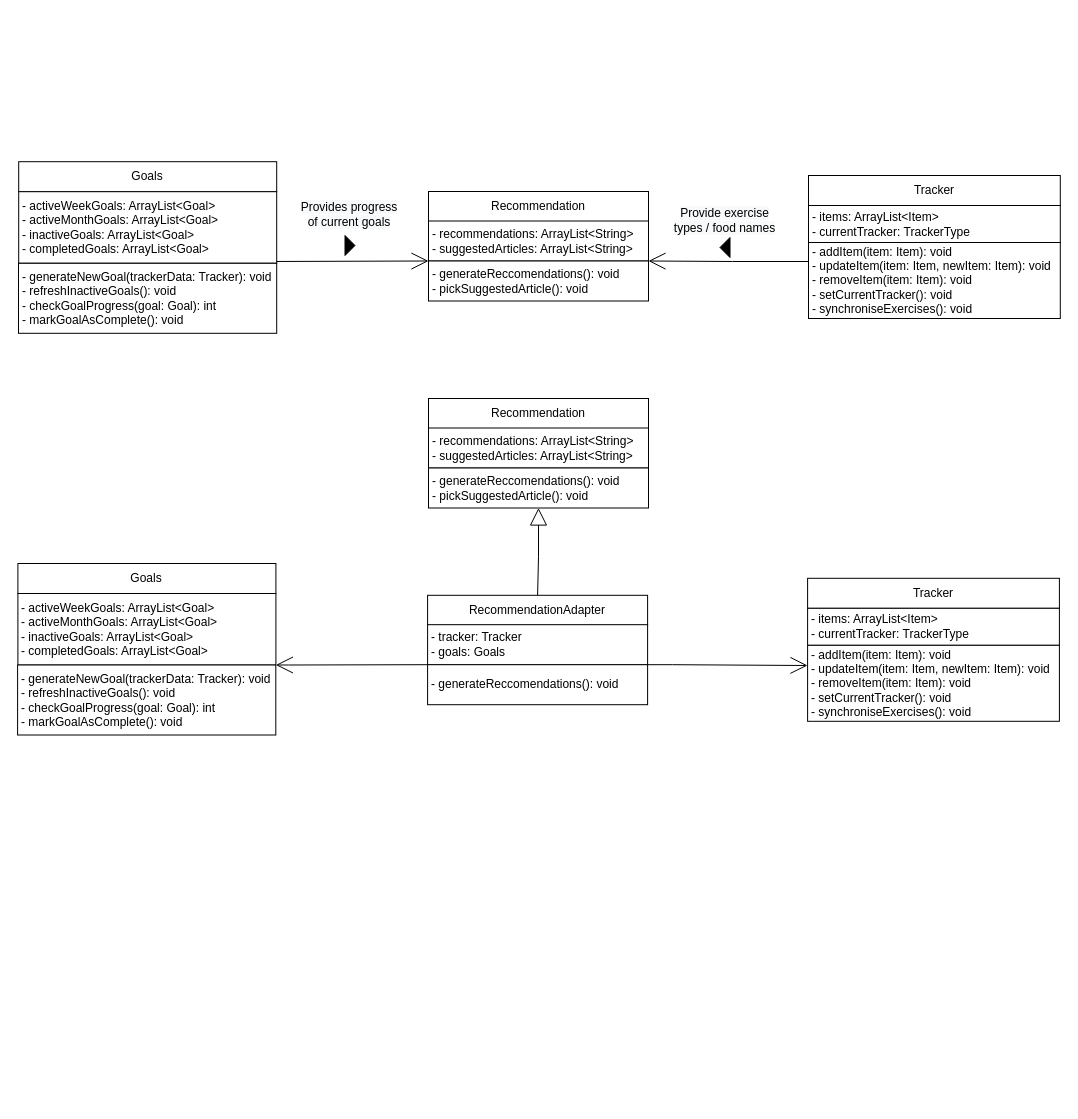
Before: Adapter_Design_Pattern.drawio in ahammond3aws/DC2SEN, a draw.io diagram. Source tidied: cells renumbered, new cells numbered last; positions are measured from the earlier drawing's top-left corner, leaving out a move shared by most shapes. Both pictures are drawn from the tidied source at 100%, with x=0, y=0 at pixel (17, 161).
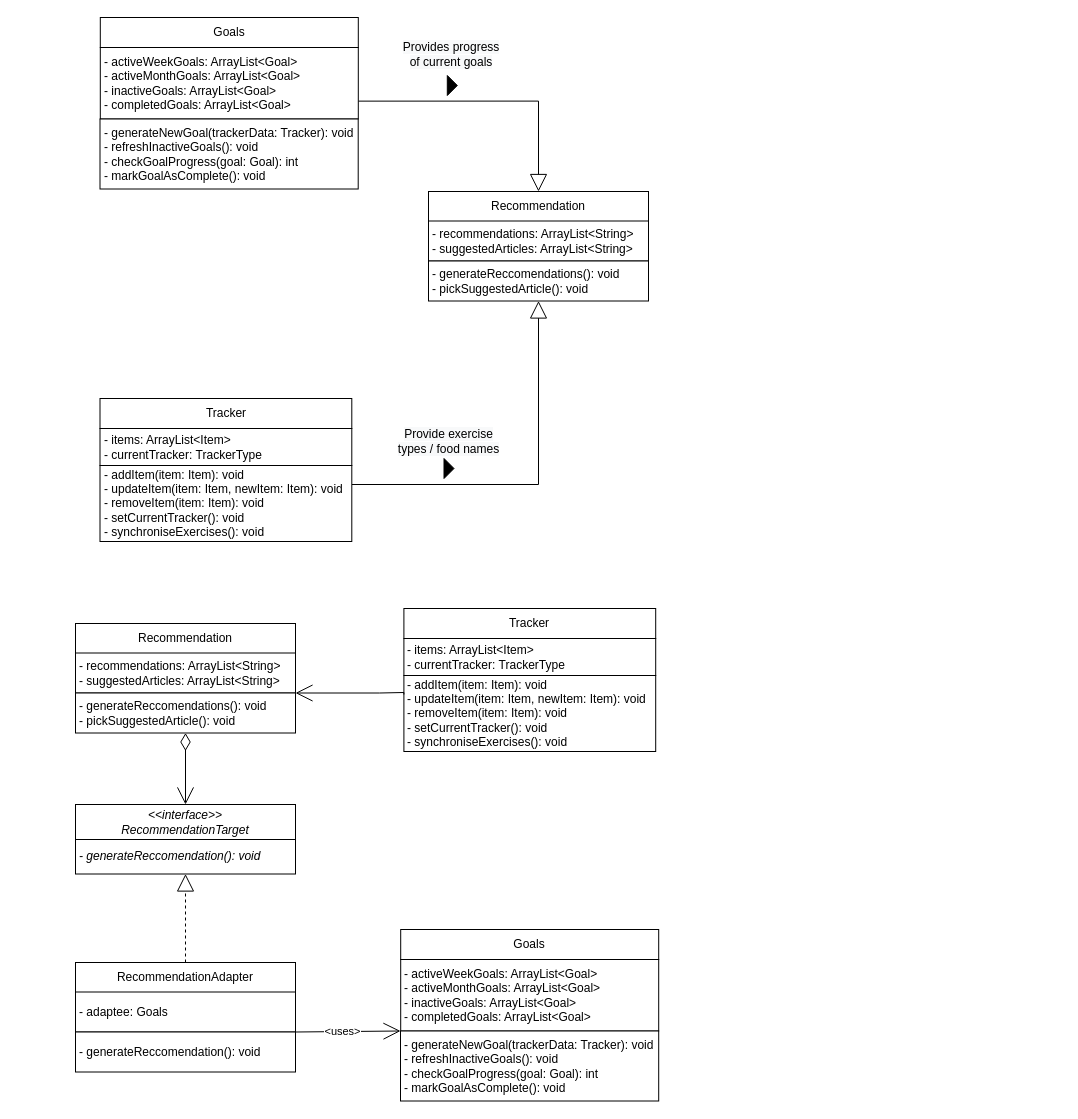
The same diagram, later.

Unchanged cells that the change refers to:
```xml
<mxCell id="3" value="Recommendation" style="rounded=0;whiteSpace=wrap;html=1;" parent="1" vertex="1">
  <mxGeometry x="411" y="30" width="220" height="30" as="geometry" />
</mxCell>
<mxCell id="13" value="- generateReccomendations(): void&lt;br&gt;- pickSuggestedArticle(): void" style="rounded=0;whiteSpace=wrap;html=1;align=left;spacingLeft=2;" parent="1" vertex="1">
  <mxGeometry x="411" y="99.5" width="220" height="40" as="geometry" />
</mxCell>
```

What changed in the source:
```diff
@@
     <mxCell id="2" value="Tracker" style="rounded=0;whiteSpace=wrap;html=1;" parent="1" vertex="1">
-      <mxGeometry x="791" y="14" width="251.8" height="30" as="geometry" />
+      <mxGeometry x="82.5" y="237" width="251.8" height="30" as="geometry" />
     </mxCell>
@@
     <mxCell id="4" value="Goals" style="rounded=0;whiteSpace=wrap;html=1;" parent="1" vertex="1">
-      <mxGeometry x="1.2" y="0.2" width="258" height="30" as="geometry" />
+      <mxGeometry x="82.8" y="-144" width="258" height="30" as="geometry" />
     </mxCell>
-    <mxCell id="5" style="triangle;whiteSpace=wrap;html=1;fontSize=12;fillColor=#000000;flipV=1;flipH=1;" parent="1" vertex="1">
-      <mxGeometry x="702.5" y="76" width="10" height="20" as="geometry" />
+    <mxCell id="5" style="triangle;whiteSpace=wrap;html=1;fontSize=12;fillColor=#000000;flipV=1;flipH=0;" parent="1" vertex="1">
+      <mxGeometry x="426.5" y="297" width="10" height="20" as="geometry" />
     </mxCell>
     <mxCell id="6" style="triangle;whiteSpace=wrap;html=1;fontSize=12;fillColor=#000000;" parent="1" vertex="1">
-      <mxGeometry x="327.5" y="74" width="10" height="20" as="geometry" />
+      <mxGeometry x="429.8" y="-86" width="10" height="20" as="geometry" />
     </mxCell>
     <mxCell id="7" value="&lt;span style=&quot;background-color: rgb(248, 249, 250);&quot;&gt;Provides progress of current goals&lt;/span&gt;" style="text;html=1;strokeColor=none;fillColor=none;align=center;verticalAlign=middle;whiteSpace=wrap;rounded=0;fontSize=12;" parent="1" vertex="1">
-      <mxGeometry x="281" y="38" width="101.5" height="30" as="geometry" />
+      <mxGeometry x="383.2" y="-122" width="101.5" height="30" as="geometry" />
     </mxCell>
     <mxCell id="8" value="&lt;span style=&quot;background-color: rgb(248, 249, 250);&quot;&gt;Provide exercise types / food names&lt;/span&gt;" style="text;html=1;strokeColor=none;fillColor=none;align=center;verticalAlign=middle;whiteSpace=wrap;rounded=0;fontSize=12;" parent="1" vertex="1">
-      <mxGeometry x="651" y="44" width="113" height="30" as="geometry" />
+      <mxGeometry x="375" y="265" width="113" height="30" as="geometry" />
     </mxCell>
     <mxCell id="9" value="- items: ArrayList&amp;lt;Item&amp;gt;&lt;br&gt;- currentTracker:&amp;nbsp;&lt;span style=&quot;text-align: center;&quot;&gt;TrackerType&lt;/span&gt;" style="rounded=0;whiteSpace=wrap;html=1;align=left;spacingLeft=2;" parent="1" vertex="1">
-      <mxGeometry x="791" y="44" width="251.8" height="37" as="geometry" />
+      <mxGeometry x="82.5" y="267" width="251.8" height="37" as="geometry" />
     </mxCell>
+    <mxCell id="32" style="edgeStyle=orthogonalEdgeStyle;rounded=0;jettySize=auto;html=1;exitX=1;exitY=0.25;exitDx=0;exitDy=0;entryX=0.5;entryY=1;entryDx=0;entryDy=0;startArrow=none;startFill=0;endArrow=block;endFill=0;startSize=15;endSize=15;" parent="1" edge="1" source="10" target="13">
+      <mxGeometry relative="1" as="geometry" />
+    </mxCell>
     <mxCell id="10" value="- addItem(item: Item): void&lt;br&gt;- updateItem(item: Item, newItem: Item): void&lt;br&gt;- removeItem(item: Item): void&lt;br&gt;- setCurrentTracker(): void&lt;br&gt;- synchroniseExercises(): void" style="rounded=0;whiteSpace=wrap;html=1;align=left;spacingLeft=2;" parent="1" vertex="1">
-      <mxGeometry x="791" y="81" width="251.8" height="76" as="geometry" />
+      <mxGeometry x="82.5" y="304" width="251.8" height="76" as="geometry" />
     </mxCell>
@@
-    <mxCell id="12" style="edgeStyle=orthogonalEdgeStyle;rounded=0;jettySize=auto;html=1;exitX=1;exitY=0;exitDx=0;exitDy=0;entryX=0;entryY=0.25;entryDx=0;entryDy=0;startArrow=open;startFill=0;endArrow=none;endFill=0;endSize=15;startSize=15;" parent="1" edge="1" source="13" target="10">
-      <mxGeometry relative="1" as="geometry">
-        <Array as="points">
-          <mxPoint x="715" y="100" />
-          <mxPoint x="799" y="99" />
-        </Array>
-      </mxGeometry>
-    </mxCell>
@@
-    <mxCell id="14" style="edgeStyle=orthogonalEdgeStyle;rounded=0;jettySize=auto;html=1;entryX=0;entryY=0;entryDx=0;entryDy=0;endArrow=open;endFill=0;startSize=15;endSize=15;" parent="1" edge="1" target="13">
-      <mxGeometry relative="1" as="geometry">
-        <mxPoint x="261" y="100" as="sourcePoint" />
-        <Array as="points">
-          <mxPoint x="249" y="100" />
-        </Array>
-      </mxGeometry>
-    </mxCell>
+    <mxCell id="33" style="edgeStyle=orthogonalEdgeStyle;rounded=0;jettySize=auto;html=1;exitX=1;exitY=0.75;exitDx=0;exitDy=0;entryX=0.5;entryY=0;entryDx=0;entryDy=0;startArrow=none;startFill=0;endArrow=block;endFill=0;startSize=15;endSize=15;" parent="1" edge="1" source="15" target="3">
+      <mxGeometry relative="1" as="geometry" />
+    </mxCell>
     <mxCell id="15" value="- activeWeekGoals: ArrayList&amp;lt;Goal&amp;gt;&lt;br&gt;- activeMonthGoals: ArrayList&amp;lt;Goal&amp;gt;&lt;br&gt;- inactiveGoals: ArrayList&amp;lt;Goal&amp;gt;&lt;br&gt;- completedGoals: ArrayList&amp;lt;Goal&amp;gt;" style="rounded=0;whiteSpace=wrap;html=1;align=left;spacingLeft=2;" parent="1" vertex="1">
-      <mxGeometry x="1.2" y="30.2" width="258" height="71.5" as="geometry" />
+      <mxGeometry x="82.8" y="-114" width="258" height="71.5" as="geometry" />
     </mxCell>
     <mxCell id="16" value="- generateNewGoal(trackerData: Tracker): void&lt;br&gt;- refreshInactiveGoals(): void&lt;br&gt;- checkGoalProgress(goal: Goal): int&lt;br&gt;- markGoalAsComplete(): void" style="rounded=0;whiteSpace=wrap;html=1;align=left;spacingLeft=2;" parent="1" vertex="1">
-      <mxGeometry x="1" y="101.8" width="258.2" height="70" as="geometry" />
+      <mxGeometry x="82.5" y="-42.5" width="258.2" height="70" as="geometry" />
     </mxCell>
-    <mxCell id="17" value="Tracker" style="rounded=0;whiteSpace=wrap;html=1;" parent="1" vertex="1">
-      <mxGeometry x="790.1" y="416.8" width="251.8" height="30" as="geometry" />
-    </mxCell>
+    <mxCell id="34" style="edgeStyle=orthogonalEdgeStyle;rounded=0;jettySize=auto;html=1;exitX=0.5;exitY=0;exitDx=0;exitDy=0;entryX=0.5;entryY=1;entryDx=0;entryDy=0;startArrow=none;startFill=0;endArrow=block;endFill=0;startSize=15;endSize=15;dashed=1;" parent="1" edge="1" source="18" target="38">
+      <mxGeometry relative="1" as="geometry" />
+    </mxCell>
     <mxCell id="18" value="RecommendationAdapter" style="rounded=0;whiteSpace=wrap;html=1;" parent="1" vertex="1">
-      <mxGeometry x="410.1" y="433.8" width="220" height="30" as="geometry" />
+      <mxGeometry x="58" y="801" width="220" height="30" as="geometry" />
     </mxCell>
     <mxCell id="19" value="Goals" style="rounded=0;whiteSpace=wrap;html=1;" parent="1" vertex="1">
-      <mxGeometry x="0.4" y="402" width="258" height="30" as="geometry" />
+      <mxGeometry x="383.2" y="768" width="258" height="30" as="geometry" />
     </mxCell>
+    <mxCell id="22" value="- adaptee: Goals" style="rounded=0;whiteSpace=wrap;html=1;align=left;spacingLeft=2;" parent="1" vertex="1">
+      <mxGeometry x="58" y="830.5" width="220" height="40" as="geometry" />
+    </mxCell>
+    <mxCell id="24" value="- generateReccomendation(): void" style="rounded=0;whiteSpace=wrap;html=1;align=left;spacingLeft=2;" parent="1" vertex="1">
+      <mxGeometry x="58" y="870.5" width="220" height="40" as="geometry" />
+    </mxCell>
+    <mxCell id="25" style="edgeStyle=orthogonalEdgeStyle;rounded=0;jettySize=auto;html=1;entryX=1;entryY=0;entryDx=0;entryDy=0;endArrow=none;endFill=0;startSize=15;endSize=15;startArrow=open;startFill=0;exitX=0;exitY=0;exitDx=0;exitDy=0;" parent="1" edge="1" source="27" target="24">
+      <mxGeometry relative="1" as="geometry">
+        <Array as="points">
+          <mxPoint x="278" y="870" />
+        </Array>
+      </mxGeometry>
+    </mxCell>
+    <mxCell id="35" value="&amp;lt;uses&amp;gt;" style="edgeLabel;html=1;align=center;verticalAlign=middle;" parent="25" vertex="1">
+      <mxGeometry x="-0.32" y="-1" relative="1" as="geometry">
+        <mxPoint x="-22" y="1" as="offset" />
+      </mxGeometry>
+    </mxCell>
+    <mxCell id="26" value="- activeWeekGoals: ArrayList&amp;lt;Goal&amp;gt;&lt;br&gt;- activeMonthGoals: ArrayList&amp;lt;Goal&amp;gt;&lt;br&gt;- inactiveGoals: ArrayList&amp;lt;Goal&amp;gt;&lt;br&gt;- completedGoals: ArrayList&amp;lt;Goal&amp;gt;" style="rounded=0;whiteSpace=wrap;html=1;align=left;spacingLeft=2;" parent="1" vertex="1">
+      <mxGeometry x="383.2" y="798" width="258" height="71.5" as="geometry" />
+    </mxCell>
+    <mxCell id="27" value="- generateNewGoal(trackerData: Tracker): void&lt;br&gt;- refreshInactiveGoals(): void&lt;br&gt;- checkGoalProgress(goal: Goal): int&lt;br&gt;- markGoalAsComplete(): void" style="rounded=0;whiteSpace=wrap;html=1;align=left;spacingLeft=2;" parent="1" vertex="1">
+      <mxGeometry x="383" y="869.5" width="258.2" height="70" as="geometry" />
+    </mxCell>
+    <mxCell id="36" style="edgeStyle=orthogonalEdgeStyle;rounded=0;jettySize=auto;html=1;exitX=0.5;exitY=1;exitDx=0;exitDy=0;entryX=0.5;entryY=0;entryDx=0;entryDy=0;startArrow=diamondThin;startFill=0;endArrow=open;endFill=0;startSize=15;endSize=15;" parent="1" edge="1" source="31" target="37">
+      <mxGeometry relative="1" as="geometry" />
+    </mxCell>
+    <mxCell id="37" value="&lt;i&gt;&amp;lt;&amp;lt;interface&amp;gt;&amp;gt;&lt;br&gt;RecommendationTarget&lt;/i&gt;" style="rounded=0;whiteSpace=wrap;html=1;" parent="1" vertex="1">
+      <mxGeometry x="58" y="643" width="220" height="35" as="geometry" />
+    </mxCell>
+    <mxCell id="38" value="&lt;i&gt;- generateReccomendation(): void&lt;/i&gt;" style="rounded=0;whiteSpace=wrap;html=1;align=left;spacingLeft=2;" parent="1" vertex="1">
+      <mxGeometry x="58" y="678" width="220" height="34.5" as="geometry" />
+    </mxCell>
+    <mxCell id="17" value="Tracker" style="rounded=0;whiteSpace=wrap;html=1;" parent="1" vertex="1">
+      <mxGeometry x="386.4" y="447" width="251.8" height="30" as="geometry" />
+    </mxCell>
+    <mxCell id="28" value="Recommendation" style="rounded=0;whiteSpace=wrap;html=1;" parent="1" vertex="1">
+      <mxGeometry x="58" y="462" width="220" height="30" as="geometry" />
+    </mxCell>
     <mxCell id="20" value="- items: ArrayList&amp;lt;Item&amp;gt;&lt;br&gt;- currentTracker:&amp;nbsp;&lt;span style=&quot;text-align: center;&quot;&gt;TrackerType&lt;/span&gt;" style="rounded=0;whiteSpace=wrap;html=1;align=left;spacingLeft=2;" parent="1" vertex="1">
-      <mxGeometry x="790.1" y="446.8" width="251.8" height="37" as="geometry" />
+      <mxGeometry x="386.4" y="477" width="251.8" height="37" as="geometry" />
     </mxCell>
     <mxCell id="21" value="- addItem(item: Item): void&lt;br&gt;- updateItem(item: Item, newItem: Item): void&lt;br&gt;- removeItem(item: Item): void&lt;br&gt;- setCurrentTracker(): void&lt;br&gt;- synchroniseExercises(): void" style="rounded=0;whiteSpace=wrap;html=1;align=left;spacingLeft=2;" parent="1" vertex="1">
-      <mxGeometry x="790.1" y="483.8" width="251.8" height="76" as="geometry" />
+      <mxGeometry x="386.4" y="514" width="251.8" height="76" as="geometry" />
     </mxCell>
-    <mxCell id="22" value="- tracker: Tracker&lt;br&gt;- goals: Goals" style="rounded=0;whiteSpace=wrap;html=1;align=left;spacingLeft=2;" parent="1" vertex="1">
-      <mxGeometry x="410.1" y="463.2" width="220" height="40" as="geometry" />
-    </mxCell>
-    <mxCell id="23" style="edgeStyle=orthogonalEdgeStyle;rounded=0;jettySize=auto;html=1;exitX=1;exitY=0;exitDx=0;exitDy=0;startArrow=none;startFill=0;endArrow=open;endFill=0;endSize=15;startSize=15;" parent="1" edge="1" source="24">
-      <mxGeometry relative="1" as="geometry">
-        <mxPoint x="790" y="504" as="targetPoint" />
-        <Array as="points">
-          <mxPoint x="655" y="503" />
-          <mxPoint x="790" y="504" />
-        </Array>
-      </mxGeometry>
-    </mxCell>
-    <mxCell id="24" value="- generateReccomendations(): void" style="rounded=0;whiteSpace=wrap;html=1;align=left;spacingLeft=2;" parent="1" vertex="1">
-      <mxGeometry x="410.1" y="503.2" width="220" height="40" as="geometry" />
-    </mxCell>
-    <mxCell id="25" style="edgeStyle=orthogonalEdgeStyle;rounded=0;jettySize=auto;html=1;entryX=0;entryY=0;entryDx=0;entryDy=0;endArrow=none;endFill=0;startSize=15;endSize=15;startArrow=open;startFill=0;exitX=1;exitY=1;exitDx=0;exitDy=0;" parent="1" edge="1" source="26" target="24">
-      <mxGeometry relative="1" as="geometry">
-        <Array as="points">
-          <mxPoint x="271" y="503" />
-          <mxPoint x="410" y="504" />
-        </Array>
-      </mxGeometry>
-    </mxCell>
-    <mxCell id="26" value="- activeWeekGoals: ArrayList&amp;lt;Goal&amp;gt;&lt;br&gt;- activeMonthGoals: ArrayList&amp;lt;Goal&amp;gt;&lt;br&gt;- inactiveGoals: ArrayList&amp;lt;Goal&amp;gt;&lt;br&gt;- completedGoals: ArrayList&amp;lt;Goal&amp;gt;" style="rounded=0;whiteSpace=wrap;html=1;align=left;spacingLeft=2;" parent="1" vertex="1">
-      <mxGeometry x="0.4" y="432" width="258" height="71.5" as="geometry" />
-    </mxCell>
-    <mxCell id="27" value="- generateNewGoal(trackerData: Tracker): void&lt;br&gt;- refreshInactiveGoals(): void&lt;br&gt;- checkGoalProgress(goal: Goal): int&lt;br&gt;- markGoalAsComplete(): void" style="rounded=0;whiteSpace=wrap;html=1;align=left;spacingLeft=2;" parent="1" vertex="1">
-      <mxGeometry x="0.1" y="503.5" width="258.2" height="70" as="geometry" />
-    </mxCell>
-    <mxCell id="28" value="Recommendation" style="rounded=0;whiteSpace=wrap;html=1;" parent="1" vertex="1">
-      <mxGeometry x="411" y="237" width="220" height="30" as="geometry" />
-    </mxCell>
     <mxCell id="29" value="- recommendations: ArrayList&amp;lt;String&amp;gt;&lt;br&gt;- suggestedArticles: ArrayList&amp;lt;String&amp;gt;" style="rounded=0;whiteSpace=wrap;html=1;align=left;spacingLeft=2;" parent="1" vertex="1">
-      <mxGeometry x="411" y="266.5" width="220" height="40" as="geometry" />
+      <mxGeometry x="58" y="491.5" width="220" height="40" as="geometry" />
     </mxCell>
-    <mxCell id="30" style="edgeStyle=orthogonalEdgeStyle;rounded=0;jettySize=auto;html=1;entryX=0.5;entryY=0;entryDx=0;entryDy=0;startArrow=block;startFill=0;endArrow=none;endFill=0;startSize=15;endSize=15;" parent="1" edge="1" source="31" target="18">
-      <mxGeometry relative="1" as="geometry" />
-    </mxCell>
+    <mxCell id="39" style="edgeStyle=orthogonalEdgeStyle;rounded=0;jettySize=auto;html=1;exitX=1;exitY=0;exitDx=0;exitDy=0;entryX=0;entryY=0.25;entryDx=0;entryDy=0;startArrow=open;startFill=0;endArrow=none;endFill=0;endSize=15;startSize=15;" parent="1" edge="1" source="31" target="21">
+      <mxGeometry relative="1" as="geometry">
+        <Array as="points">
+          <mxPoint x="362" y="532" />
+          <mxPoint x="446" y="531" />
+        </Array>
+      </mxGeometry>
+    </mxCell>
     <mxCell id="31" value="- generateReccomendations(): void&lt;br&gt;- pickSuggestedArticle(): void" style="rounded=0;whiteSpace=wrap;html=1;align=left;spacingLeft=2;" parent="1" vertex="1">
-      <mxGeometry x="411" y="306.5" width="220" height="40" as="geometry" />
+      <mxGeometry x="58" y="531.5" width="220" height="40" as="geometry" />
     </mxCell>
```
